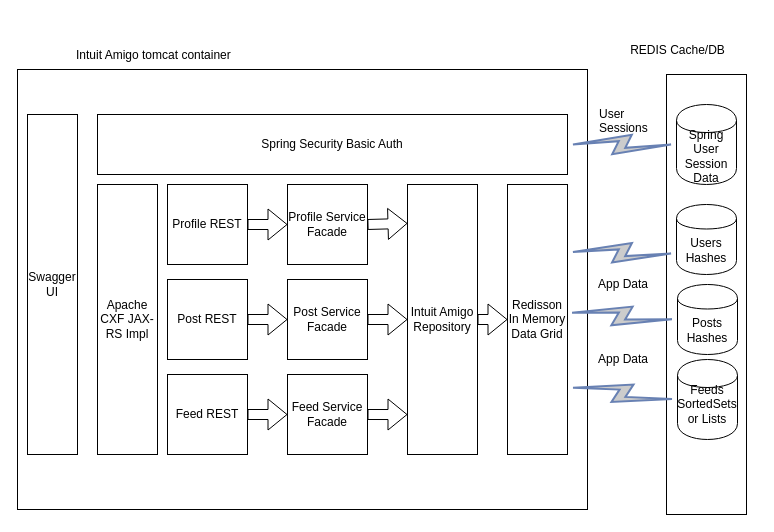
Above: Intuit-Amigo.drawio in anirudha-kadam/intuit-amigo (draw.io), before the change. Source tidied: cells renumbered, new cells numbered last; positions are measured from the earlier drawing's top-left corner, leaving out a move shared by most shapes. Both pictures are drawn from the tidied source at 100%, with x=0, y=0 at pixel (17, 35).
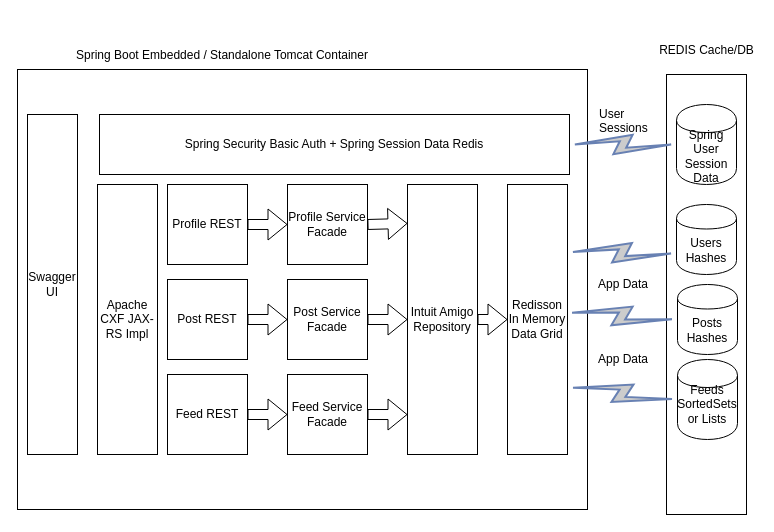
The same page after the edit.

What changed in the source:
```diff
@@
-    <mxCell id="20" value="Spring Security Basic Auth" style="rounded=0;whiteSpace=wrap;html=1;" parent="1" vertex="1">
-      <mxGeometry x="80" y="79" width="470" height="60" as="geometry" />
+    <mxCell id="20" value="Spring Security Basic Auth + Spring Session Data Redis" style="rounded=0;whiteSpace=wrap;html=1;" parent="1" vertex="1">
+      <mxGeometry x="82" y="79" width="470" height="60" as="geometry" />
     </mxCell>
@@
-    <mxCell id="25" value="Intuit Amigo tomcat container" style="text;html=1;align=left;verticalAlign=top;spacingTop=-4;" parent="1" vertex="1">
-      <mxGeometry x="57" y="10" width="170" height="20" as="geometry" />
+    <mxCell id="25" value="Spring Boot Embedded / Standalone Tomcat Container" style="text;html=1;align=left;verticalAlign=top;spacingTop=-4;" parent="1" vertex="1">
+      <mxGeometry x="57" y="10" width="310" height="20" as="geometry" />
     </mxCell>
     <mxCell id="26" value="REDIS Cache/DB" style="text;html=1;strokeColor=none;fillColor=none;align=center;verticalAlign=middle;whiteSpace=wrap;rounded=0;" parent="1" vertex="1">
-      <mxGeometry x="609.5" width="101" height="30" as="geometry" />
+      <mxGeometry x="638.5" width="101" height="30" as="geometry" />
     </mxCell>
```
